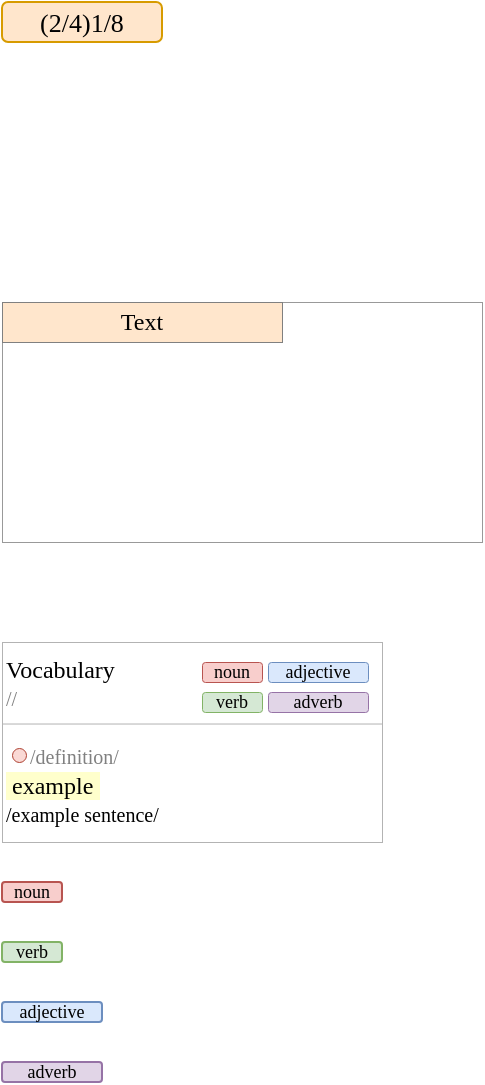
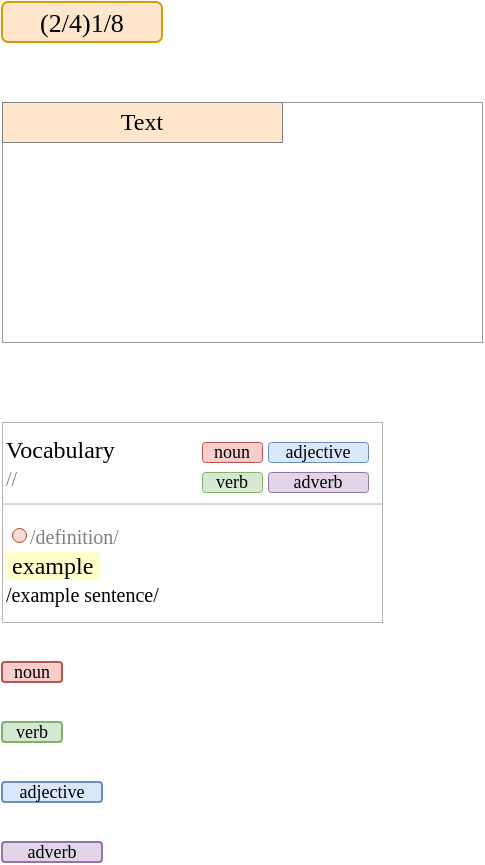
<mxfile host="app.diagrams.net" agent="Mozilla/5.0 (Macintosh; Intel Mac OS X 10_15_7) AppleWebKit/537.36 (KHTML, like Gecko) draw.io/29.3.0 Chrome/140.0.7339.249 Electron/38.7.2 Safari/537.36">
  <diagram name="work" id="fl1Ub4_RzcGnxSHl35ew">
-     <mxGraphModel dx="627" dy="4944" grid="1" gridSize="10" guides="1" tooltips="1" connect="1" arrows="1" fold="1" page="1" pageScale="1" pageWidth="3300" pageHeight="4681" math="0" shadow="0">
+     <mxGraphModel dx="1552" dy="5332" grid="1" gridSize="10" guides="1" tooltips="1" connect="1" arrows="1" fold="1" page="1" pageScale="1" pageWidth="3300" pageHeight="4681" math="0" shadow="0">
      <root>
        <mxCell id="0" />
        <mxCell id="1" parent="0" />
        <mxCell id="IXuCNjXYKzgE3uD9pj-D-1" parent="1" style="rounded=0;whiteSpace=wrap;html=1;fontFamily=Comic Sans MS;align=left;verticalAlign=top;strokeColor=#999999;strokeWidth=0.5;fillColor=none;" value="" vertex="1">
          <mxGeometry height="120" width="240" x="160" y="-10" as="geometry" />
        </mxCell>
        <mxCell id="IXuCNjXYKzgE3uD9pj-D-2" parent="1" style="text;html=1;whiteSpace=wrap;strokeColor=#808080;fillColor=#FFE6CC;align=center;verticalAlign=middle;rounded=0;strokeWidth=0.5;" value="&lt;font face=&quot;Comic Sans MS&quot;&gt;Text&lt;/font&gt;" vertex="1">
          <mxGeometry height="20" width="140" x="160" y="-10" as="geometry" />
        </mxCell>
        <mxCell id="IXuCNjXYKzgE3uD9pj-D-4" parent="1" style="rounded=0;whiteSpace=wrap;html=1;fontFamily=Comic Sans MS;strokeColor=#B3B3B3;align=left;verticalAlign=top;perimeterSpacing=0;spacing=2;labelBackgroundColor=none;strokeWidth=0.5;" value="&lt;div&gt;&lt;font style=&quot;color: rgb(0, 0, 0);&quot;&gt;Vocabulary&lt;/font&gt;&lt;/div&gt;&lt;div&gt;&lt;font style=&quot;color: rgb(128, 128, 128);&quot;&gt;&lt;font style=&quot;font-size: 10px;&quot;&gt;//&lt;/font&gt;&amp;nbsp;&lt;/font&gt;&lt;/div&gt;&lt;div&gt;&lt;font style=&quot;color: rgb(128, 128, 128);&quot;&gt;&lt;br&gt;&lt;/font&gt;&lt;/div&gt;&lt;div&gt;&lt;font color=&quot;#808080&quot;&gt;&amp;nbsp; &amp;nbsp; &lt;font style=&quot;font-size: 10px;&quot;&gt;/definition/&lt;/font&gt;&lt;/font&gt;&lt;/div&gt;&lt;div&gt;&lt;font&gt;&lt;span style=&quot;background-color: rgb(255, 255, 204);&quot;&gt;&amp;nbsp;&lt;font style=&quot;color: rgb(0, 0, 0);&quot;&gt;example&lt;/font&gt;&lt;font color=&quot;#808080&quot;&gt;&amp;nbsp;&lt;/font&gt;&lt;/span&gt;&lt;/font&gt;&lt;/div&gt;&lt;div&gt;&lt;font style=&quot;color: rgb(0, 0, 0); font-size: 10px;&quot;&gt;/example sentence/&lt;/font&gt;&lt;/div&gt;" vertex="1">
-           <mxGeometry height="100" width="190" x="160" y="160" as="geometry" />
+           <mxGeometry height="100" width="190" x="160" y="150" as="geometry" />
        </mxCell>
        <mxCell id="IXuCNjXYKzgE3uD9pj-D-5" parent="1" style="rounded=1;whiteSpace=wrap;html=1;fontFamily=Comic Sans MS;strokeColor=#b85450;fontSize=9;fillColor=#f8cecc;strokeWidth=0.5;" value="noun" vertex="1">
-           <mxGeometry height="10" width="30" x="260" y="170" as="geometry" />
+           <mxGeometry height="10" width="30" x="260" y="160" as="geometry" />
        </mxCell>
        <mxCell id="IXuCNjXYKzgE3uD9pj-D-6" parent="1" style="rounded=1;whiteSpace=wrap;html=1;fontFamily=Comic Sans MS;strokeColor=#82b366;fontSize=9;fillColor=#d5e8d4;strokeWidth=0.5;" value="verb" vertex="1">
-           <mxGeometry height="10" width="30" x="260" y="185" as="geometry" />
+           <mxGeometry height="10" width="30" x="260" y="175" as="geometry" />
        </mxCell>
        <mxCell id="IXuCNjXYKzgE3uD9pj-D-7" parent="1" style="rounded=1;whiteSpace=wrap;html=1;fontFamily=Comic Sans MS;strokeColor=#6c8ebf;fontSize=9;fillColor=#dae8fc;strokeWidth=0.5;" value="adjective" vertex="1">
-           <mxGeometry height="10" width="50" x="293" y="170" as="geometry" />
+           <mxGeometry height="10" width="50" x="293" y="160" as="geometry" />
        </mxCell>
        <mxCell id="IXuCNjXYKzgE3uD9pj-D-8" parent="1" style="rounded=1;whiteSpace=wrap;html=1;fontFamily=Comic Sans MS;strokeColor=#9673a6;fontSize=9;fillColor=#e1d5e7;" value="adverb" vertex="1">
-           <mxGeometry height="10" width="50" x="160" y="370" as="geometry" />
+           <mxGeometry height="10" width="50" x="160" y="360" as="geometry" />
        </mxCell>
        <mxCell id="IXuCNjXYKzgE3uD9pj-D-9" edge="1" parent="1" style="endArrow=none;html=1;rounded=0;endFill=0;strokeColor=light-dark(#B3B3B3,#EDEDED);strokeWidth=0.5;" value="">
          <mxGeometry height="50" relative="1" width="50" as="geometry">
-             <mxPoint x="160" y="200.76" as="sourcePoint" />
-             <mxPoint x="350" y="200.76" as="targetPoint" />
+             <mxPoint x="160" y="190.76" as="sourcePoint" />
+             <mxPoint x="350" y="190.76" as="targetPoint" />
          </mxGeometry>
        </mxCell>
        <mxCell id="IXuCNjXYKzgE3uD9pj-D-10" parent="1" style="rounded=1;whiteSpace=wrap;html=1;fontFamily=Comic Sans MS;strokeColor=#b85450;fontSize=9;fillColor=#f8cecc;" value="noun" vertex="1">
-           <mxGeometry height="10" width="30" x="160" y="280" as="geometry" />
+           <mxGeometry height="10" width="30" x="160" y="270" as="geometry" />
        </mxCell>
        <mxCell id="IXuCNjXYKzgE3uD9pj-D-11" parent="1" style="rounded=1;whiteSpace=wrap;html=1;fontFamily=Comic Sans MS;strokeColor=#82b366;fontSize=9;fillColor=#d5e8d4;" value="verb" vertex="1">
-           <mxGeometry height="10" width="30" x="160" y="310" as="geometry" />
+           <mxGeometry height="10" width="30" x="160" y="300" as="geometry" />
        </mxCell>
        <mxCell id="IXuCNjXYKzgE3uD9pj-D-12" parent="1" style="ellipse;whiteSpace=wrap;html=1;aspect=fixed;fillColor=#fad9d5;strokeColor=#ae4132;strokeWidth=0.5;" value="" vertex="1">
-           <mxGeometry height="7" width="7" x="165" y="213" as="geometry" />
+           <mxGeometry height="7" width="7" x="165" y="203" as="geometry" />
        </mxCell>
        <mxCell id="IXuCNjXYKzgE3uD9pj-D-13" parent="1" style="rounded=1;whiteSpace=wrap;html=1;fontFamily=Comic Sans MS;strokeColor=#6c8ebf;fontSize=9;fillColor=#dae8fc;" value="adjective" vertex="1">
-           <mxGeometry height="10" width="50" x="160" y="340" as="geometry" />
+           <mxGeometry height="10" width="50" x="160" y="330" as="geometry" />
        </mxCell>
        <mxCell id="IXuCNjXYKzgE3uD9pj-D-14" parent="1" style="rounded=1;whiteSpace=wrap;html=1;fontFamily=Comic Sans MS;strokeColor=#9673a6;fontSize=9;fillColor=#e1d5e7;strokeWidth=0.5;" value="adverb" vertex="1">
-           <mxGeometry height="10" width="50" x="293" y="185" as="geometry" />
+           <mxGeometry height="10" width="50" x="293" y="175" as="geometry" />
        </mxCell>
        <mxCell id="wOfNyO16osAoQMMdlqpN-1" parent="1" style="rounded=1;whiteSpace=wrap;html=1;fontFamily=Comic Sans MS;strokeColor=#d79b00;fontSize=13;fillColor=#ffe6cc;" value="(2/4)1/8" vertex="1">
-           <mxGeometry height="20" width="80" x="160" y="-160" as="geometry" />
+           <mxGeometry height="20" width="80" x="160" y="-60" as="geometry" />
        </mxCell>
      </root>
    </mxGraphModel>
  </diagram>
</mxfile>
